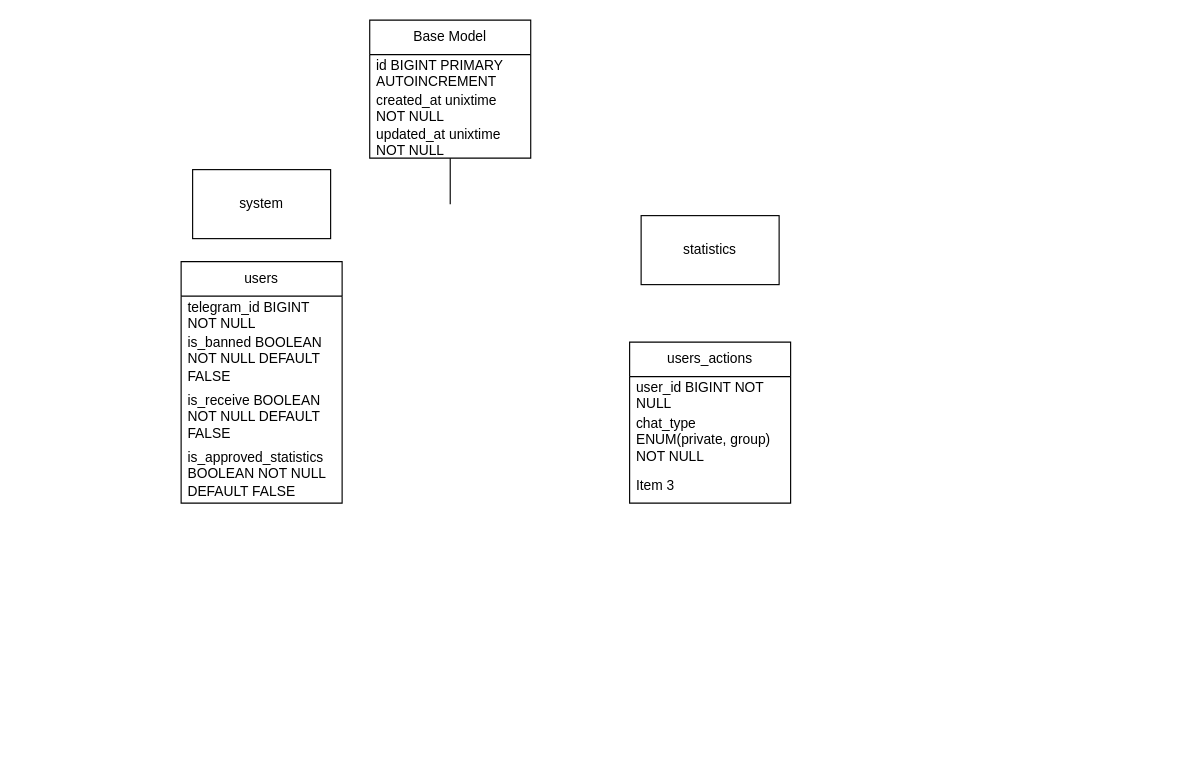
Earlier version of the draw.io diagram page "db-scheme" (1 of 2) of schemes.drawio (Lirqetes/LauraChatManager). Source tidied: cells renumbered, new cells numbered last; positions are measured from the earlier drawing's top-left corner, leaving out a move shared by most shapes. Both pictures are drawn from the tidied source at 115%, with x=0, y=0 at pixel (181, 20).
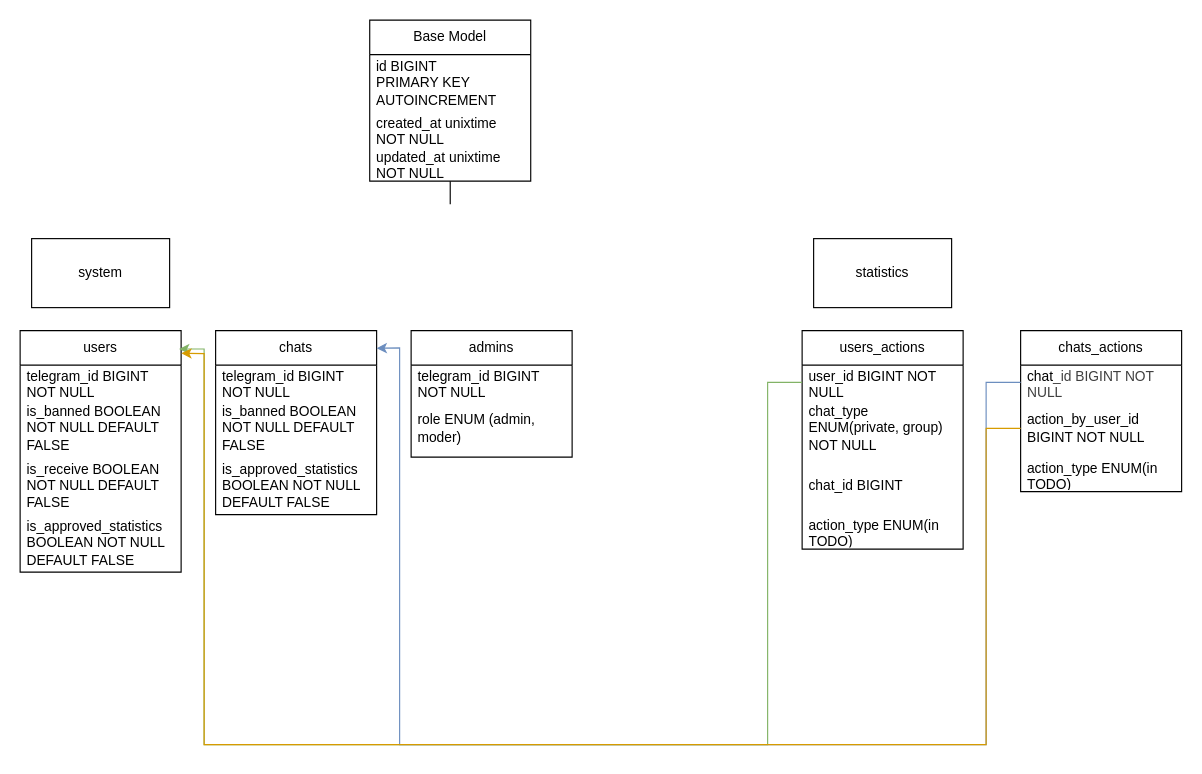
Above is the later version.

Unchanged cells that the change refers to:
```xml
<mxCell id="13" value="user_id BIGINT NOT NULL" style="text;strokeColor=none;fillColor=none;align=left;verticalAlign=middle;spacingLeft=4;spacingRight=4;overflow=hidden;points=[[0,0.5],[1,0.5]];portConstraint=eastwest;whiteSpace=wrap;html=1;" parent="12" vertex="1">
  <mxGeometry y="30" width="140" height="30" as="geometry" />
</mxCell>
```

The edit, as a diff of the source:
```diff
@@
     <mxCell id="2" value="Base Model" style="swimlane;fontStyle=0;horizontal=1;startSize=30;whiteSpace=wrap;html=1;" parent="1" vertex="1">
-      <mxGeometry x="164" width="140" height="120" as="geometry" />
+      <mxGeometry x="164" width="140" height="140" as="geometry" />
     </mxCell>
-    <mxCell id="3" value="id BIGINT PRIMARY AUTOINCREMENT" style="text;strokeColor=none;fillColor=none;align=left;verticalAlign=middle;spacingLeft=4;spacingRight=4;overflow=hidden;whiteSpace=wrap;html=1;" parent="2" vertex="1">
-      <mxGeometry y="30" width="140" height="30" as="geometry" />
+    <mxCell id="3" value="id BIGINT&lt;div&gt;PRIMARY KEY AUTOINCREMENT&lt;/div&gt;" style="text;strokeColor=none;fillColor=none;align=left;verticalAlign=middle;spacingLeft=4;spacingRight=4;overflow=hidden;whiteSpace=wrap;html=1;" parent="2" vertex="1">
+      <mxGeometry y="30" width="140" height="50" as="geometry" />
     </mxCell>
     <mxCell id="4" value="created_at unixtime NOT NULL" style="text;strokeColor=none;fillColor=none;align=left;verticalAlign=middle;spacingLeft=4;spacingRight=4;overflow=hidden;whiteSpace=wrap;html=1;" parent="2" vertex="1">
-      <mxGeometry y="60" width="140" height="30" as="geometry" />
+      <mxGeometry y="80" width="140" height="30" as="geometry" />
     </mxCell>
     <mxCell id="5" value="&lt;span style=&quot;color: rgb(0, 0, 0);&quot;&gt;updated_at unixtime NOT NULL&lt;/span&gt;" style="text;strokeColor=none;fillColor=none;align=left;verticalAlign=middle;spacingLeft=4;spacingRight=4;overflow=hidden;whiteSpace=wrap;html=1;" parent="2" vertex="1">
-      <mxGeometry y="90" width="140" height="30" as="geometry" />
+      <mxGeometry y="110" width="140" height="30" as="geometry" />
     </mxCell>
@@
     <mxCell id="7" value="users" style="swimlane;fontStyle=0;horizontal=1;startSize=30;whiteSpace=wrap;html=1;" parent="1" vertex="1">
-      <mxGeometry y="210" width="140" height="210" as="geometry" />
+      <mxGeometry x="-140" y="270" width="140" height="210" as="geometry" />
     </mxCell>
@@
     <mxCell id="12" value="users_actions" style="swimlane;fontStyle=0;horizontal=1;startSize=30;whiteSpace=wrap;html=1;" parent="1" vertex="1">
-      <mxGeometry x="390" y="280" width="140" height="140" as="geometry" />
+      <mxGeometry x="540" y="270" width="140" height="190" as="geometry" />
     </mxCell>
@@
+    <mxCell id="18" value="chat_id BIGINT" style="text;strokeColor=none;fillColor=none;align=left;verticalAlign=middle;spacingLeft=4;spacingRight=4;overflow=hidden;whiteSpace=wrap;html=1;" parent="12" vertex="1">
+      <mxGeometry y="110" width="140" height="50" as="geometry" />
+    </mxCell>
-    <mxCell id="15" value="Item 3" style="text;strokeColor=none;fillColor=none;align=left;verticalAlign=middle;spacingLeft=4;spacingRight=4;overflow=hidden;whiteSpace=wrap;html=1;" parent="12" vertex="1">
-      <mxGeometry y="110" width="140" height="30" as="geometry" />
+    <mxCell id="15" value="action_type ENUM(in TODO)" style="text;strokeColor=none;fillColor=none;align=left;verticalAlign=middle;spacingLeft=4;spacingRight=4;overflow=hidden;whiteSpace=wrap;html=1;" parent="12" vertex="1">
+      <mxGeometry y="160" width="140" height="30" as="geometry" />
     </mxCell>
     <mxCell id="16" value="system" style="rounded=0;whiteSpace=wrap;html=1;" parent="1" vertex="1">
-      <mxGeometry x="10" y="130" width="120" height="60" as="geometry" />
+      <mxGeometry x="-130" y="190" width="120" height="60" as="geometry" />
     </mxCell>
     <mxCell id="17" value="statistics" style="rounded=0;whiteSpace=wrap;html=1;" parent="1" vertex="1">
-      <mxGeometry x="400" y="170" width="120" height="60" as="geometry" />
+      <mxGeometry x="550" y="190" width="120" height="60" as="geometry" />
     </mxCell>
+    <mxCell id="19" value="chats" style="swimlane;fontStyle=0;horizontal=1;startSize=30;whiteSpace=wrap;html=1;" parent="1" vertex="1">
+      <mxGeometry x="30" y="270" width="140" height="160" as="geometry" />
+    </mxCell>
+    <mxCell id="20" value="telegram_id BIGINT NOT NULL" style="text;strokeColor=none;fillColor=none;align=left;verticalAlign=middle;spacingLeft=4;spacingRight=4;overflow=hidden;whiteSpace=wrap;html=1;" parent="19" vertex="1">
+      <mxGeometry y="30" width="140" height="30" as="geometry" />
+    </mxCell>
+    <mxCell id="21" value="is_banned BOOLEAN NOT NULL DEFAULT FALSE" style="text;strokeColor=none;fillColor=none;align=left;verticalAlign=middle;spacingLeft=4;spacingRight=4;overflow=hidden;whiteSpace=wrap;html=1;" parent="19" vertex="1">
+      <mxGeometry y="60" width="140" height="50" as="geometry" />
+    </mxCell>
+    <mxCell id="22" value="is_approved_statistics BOOLEAN NOT NULL DEFAULT FALSE" style="text;strokeColor=none;fillColor=none;align=left;verticalAlign=middle;spacingLeft=4;spacingRight=4;overflow=hidden;whiteSpace=wrap;html=1;" parent="19" vertex="1">
+      <mxGeometry y="110" width="140" height="50" as="geometry" />
+    </mxCell>
+    <mxCell id="23" value="admins" style="swimlane;fontStyle=0;horizontal=1;startSize=30;whiteSpace=wrap;html=1;" parent="1" vertex="1">
+      <mxGeometry x="200" y="270" width="140" height="110" as="geometry" />
+    </mxCell>
+    <mxCell id="24" value="telegram_id BIGINT NOT NULL" style="text;strokeColor=none;fillColor=none;align=left;verticalAlign=middle;spacingLeft=4;spacingRight=4;overflow=hidden;whiteSpace=wrap;html=1;" parent="23" vertex="1">
+      <mxGeometry y="30" width="140" height="30" as="geometry" />
+    </mxCell>
+    <mxCell id="25" value="role ENUM (admin, moder)" style="text;strokeColor=none;fillColor=none;align=left;verticalAlign=middle;spacingLeft=4;spacingRight=4;overflow=hidden;whiteSpace=wrap;html=1;" parent="23" vertex="1">
+      <mxGeometry y="60" width="140" height="50" as="geometry" />
+    </mxCell>
+    <mxCell id="26" style="curved=0;endArrow=classic;html=1;rounded=0;exitX=0;exitY=0.5;exitDx=0;exitDy=0;fillColor=#d5e8d4;strokeColor=#82b366;entryX=0.987;entryY=0.076;entryDx=0;entryDy=0;entryPerimeter=0;" parent="1" edge="1" source="13" target="7">
+      <mxGeometry relative="1" as="geometry">
+        <Array as="points">
+          <mxPoint x="510" y="315" />
+          <mxPoint x="510" y="630" />
+          <mxPoint x="20" y="630" />
+          <mxPoint x="20" y="286" />
+        </Array>
+      </mxGeometry>
+    </mxCell>
+    <mxCell id="27" value="chats_actions" style="swimlane;fontStyle=0;horizontal=1;startSize=30;whiteSpace=wrap;html=1;" parent="1" vertex="1">
+      <mxGeometry x="730" y="270" width="140" height="140" as="geometry" />
+    </mxCell>
+    <mxCell id="28" value="chat&lt;span style=&quot;color: rgb(63, 63, 63); background-color: transparent;&quot;&gt;_id BIGINT NOT NULL&lt;/span&gt;" style="text;strokeColor=none;fillColor=none;align=left;verticalAlign=middle;spacingLeft=4;spacingRight=4;overflow=hidden;points=[[0,0.5],[1,0.5]];portConstraint=eastwest;whiteSpace=wrap;html=1;" parent="27" vertex="1">
+      <mxGeometry y="30" width="140" height="30" as="geometry" />
+    </mxCell>
+    <mxCell id="29" value="action_by_user_id BIGINT NOT NULL" style="text;strokeColor=none;fillColor=none;align=left;verticalAlign=middle;spacingLeft=4;spacingRight=4;overflow=hidden;points=[[0,0.5],[1,0.5]];portConstraint=eastwest;whiteSpace=wrap;html=1;" parent="27" vertex="1">
+      <mxGeometry y="60" width="140" height="50" as="geometry" />
+    </mxCell>
+    <mxCell id="30" value="action_type ENUM(in TODO)" style="text;strokeColor=none;fillColor=none;align=left;verticalAlign=middle;spacingLeft=4;spacingRight=4;overflow=hidden;whiteSpace=wrap;html=1;" parent="27" vertex="1">
+      <mxGeometry y="110" width="140" height="30" as="geometry" />
+    </mxCell>
+    <mxCell id="31" style="curved=0;endArrow=classic;html=1;rounded=0;exitX=0;exitY=0.5;exitDx=0;exitDy=0;entryX=1;entryY=0.096;entryDx=0;entryDy=0;fillColor=#dae8fc;strokeColor=#6c8ebf;entryPerimeter=0;" parent="1" edge="1" source="28" target="19">
+      <mxGeometry relative="1" as="geometry">
+        <Array as="points">
+          <mxPoint x="700" y="315" />
+          <mxPoint x="700" y="630" />
+          <mxPoint x="190" y="630" />
+          <mxPoint x="190" y="285" />
+        </Array>
+      </mxGeometry>
+    </mxCell>
+    <mxCell id="32" style="curved=0;endArrow=classic;html=1;exitX=0;exitY=0.5;exitDx=0;exitDy=0;rounded=0;fillColor=#ffe6cc;strokeColor=#d79b00;entryX=1.001;entryY=0.094;entryDx=0;entryDy=0;entryPerimeter=0;" parent="1" edge="1" source="29" target="7">
+      <mxGeometry relative="1" as="geometry">
+        <Array as="points">
+          <mxPoint x="700" y="355" />
+          <mxPoint x="700" y="630" />
+          <mxPoint x="20" y="630" />
+          <mxPoint x="20" y="290" />
+        </Array>
+      </mxGeometry>
+    </mxCell>
```
